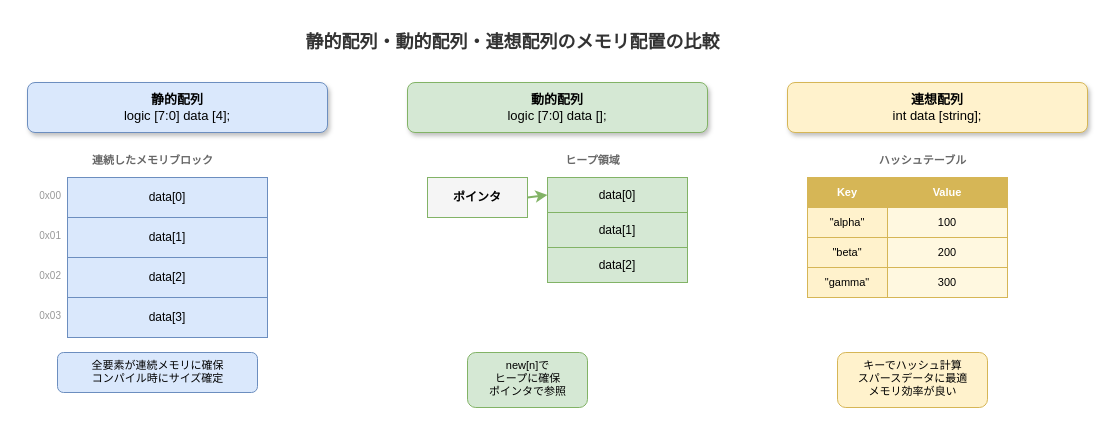
Above: images/systemverilog-guidebook/ch04_array_memory_layout.drawio in aquaxis/webdoc (draw.io), before the change. Source tidied: cells renumbered, new cells numbered last; positions are measured from the earlier drawing's top-left corner, leaving out a move shared by most shapes. Both pictures are drawn from the tidied source at 100%, with x=0, y=0 at pixel (17, 22).
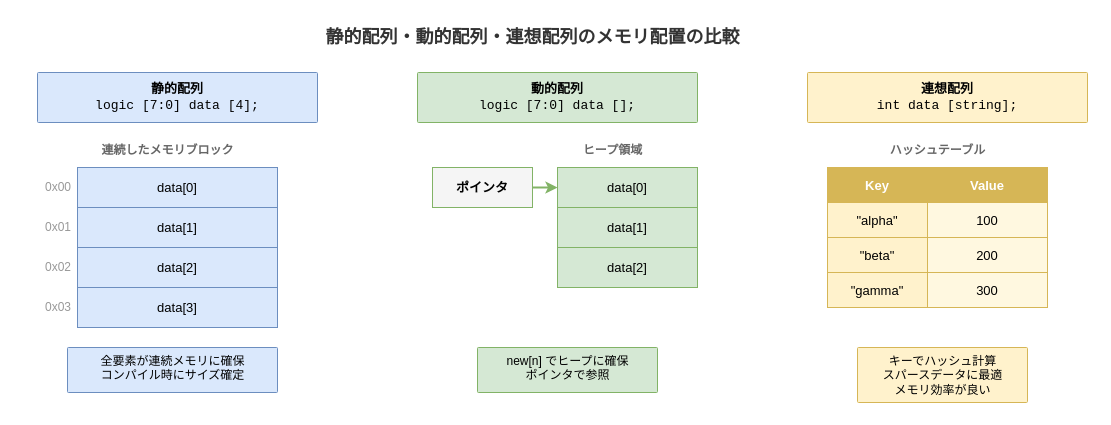
Above is the later version.

Diff of the diagram source:
```diff
@@
-    <mxCell id="2" value="静的配列・動的配列・連想配列のメモリ配置の比較" style="text;html=1;align=center;verticalAlign=middle;strokeColor=none;fillColor=none;fontSize=18;fontStyle=1;fontColor=#333333;" parent="1" vertex="1">
-      <mxGeometry x="220" width="550" height="40" as="geometry" />
+    <mxCell id="2" value="&lt;b&gt;静的配列・動的配列・連想配列のメモリ配置の比較&lt;/b&gt;" style="text;html=1;align=center;verticalAlign=middle;strokeColor=none;fillColor=none;fontSize=18;fontColor=#333333;" parent="1" vertex="1">
+      <mxGeometry x="250" y="-5" width="530" height="40" as="geometry" />
     </mxCell>
-    <mxCell id="3" value="&lt;b&gt;静的配列&lt;/b&gt;&lt;br&gt;logic [7:0] data [4];" style="rounded=1;whiteSpace=wrap;html=1;fillColor=#dae8fc;strokeColor=#6c8ebf;fontSize=13;shadow=1;" parent="1" vertex="1">
-      <mxGeometry x="10" y="60" width="300" height="50" as="geometry" />
+    <mxCell id="3" value="&lt;b&gt;静的配列&lt;/b&gt;&lt;br&gt;&lt;font face=&quot;monospace&quot;&gt;logic [7:0] data [4];&lt;/font&gt;" style="rounded=1;arcSize=2;whiteSpace=wrap;html=1;fillColor=#dae8fc;strokeColor=#6c8ebf;fontSize=13;" parent="1" vertex="1">
+      <mxGeometry x="20" y="50" width="280" height="50" as="geometry" />
     </mxCell>
-    <mxCell id="4" value="&lt;b&gt;連続したメモリブロック&lt;/b&gt;" style="text;html=1;align=center;verticalAlign=middle;strokeColor=none;fillColor=none;fontSize=11;fontColor=#666666;fontStyle=0;" parent="1" vertex="1">
-      <mxGeometry x="50" y="125" width="170" height="25" as="geometry" />
+    <mxCell id="4" value="&lt;b&gt;連続したメモリブロック&lt;/b&gt;" style="text;html=1;align=center;verticalAlign=middle;strokeColor=none;fillColor=none;fontSize=12;fontColor=#666666;" parent="1" vertex="1">
+      <mxGeometry x="60" y="115" width="180" height="25" as="geometry" />
     </mxCell>
-    <mxCell id="5" value="data[0]" style="rounded=0;whiteSpace=wrap;html=1;fillColor=#dae8fc;strokeColor=#6c8ebf;fontSize=12;" parent="1" vertex="1">
-      <mxGeometry x="50" y="155" width="200" height="40" as="geometry" />
+    <mxCell id="5" value="data[0]" style="rounded=0;whiteSpace=wrap;html=1;fillColor=#dae8fc;strokeColor=#6c8ebf;fontSize=13;" parent="1" vertex="1">
+      <mxGeometry x="60" y="145" width="200" height="40" as="geometry" />
     </mxCell>
-    <mxCell id="6" value="data[1]" style="rounded=0;whiteSpace=wrap;html=1;fillColor=#dae8fc;strokeColor=#6c8ebf;fontSize=12;" parent="1" vertex="1">
-      <mxGeometry x="50" y="195" width="200" height="40" as="geometry" />
+    <mxCell id="6" value="data[1]" style="rounded=0;whiteSpace=wrap;html=1;fillColor=#dae8fc;strokeColor=#6c8ebf;fontSize=13;" parent="1" vertex="1">
+      <mxGeometry x="60" y="185" width="200" height="40" as="geometry" />
     </mxCell>
-    <mxCell id="7" value="data[2]" style="rounded=0;whiteSpace=wrap;html=1;fillColor=#dae8fc;strokeColor=#6c8ebf;fontSize=12;" parent="1" vertex="1">
-      <mxGeometry x="50" y="235" width="200" height="40" as="geometry" />
+    <mxCell id="7" value="data[2]" style="rounded=0;whiteSpace=wrap;html=1;fillColor=#dae8fc;strokeColor=#6c8ebf;fontSize=13;" parent="1" vertex="1">
+      <mxGeometry x="60" y="225" width="200" height="40" as="geometry" />
     </mxCell>
-    <mxCell id="8" value="data[3]" style="rounded=0;whiteSpace=wrap;html=1;fillColor=#dae8fc;strokeColor=#6c8ebf;fontSize=12;" parent="1" vertex="1">
-      <mxGeometry x="50" y="275" width="200" height="40" as="geometry" />
+    <mxCell id="8" value="data[3]" style="rounded=0;whiteSpace=wrap;html=1;fillColor=#dae8fc;strokeColor=#6c8ebf;fontSize=13;" parent="1" vertex="1">
+      <mxGeometry x="60" y="265" width="200" height="40" as="geometry" />
     </mxCell>
-    <mxCell id="9" value="0x00" style="text;html=1;align=right;verticalAlign=middle;strokeColor=none;fillColor=none;fontSize=10;fontColor=#999999;" parent="1" vertex="1">
-      <mxGeometry y="160" width="45" height="25" as="geometry" />
+    <mxCell id="9" value="0x00" style="text;html=1;align=right;verticalAlign=middle;strokeColor=none;fillColor=none;fontSize=12;fontColor=#999999;" parent="1" vertex="1">
+      <mxGeometry x="10" y="152" width="45" height="25" as="geometry" />
     </mxCell>
-    <mxCell id="10" value="0x01" style="text;html=1;align=right;verticalAlign=middle;strokeColor=none;fillColor=none;fontSize=10;fontColor=#999999;" parent="1" vertex="1">
-      <mxGeometry y="200" width="45" height="25" as="geometry" />
+    <mxCell id="10" value="0x01" style="text;html=1;align=right;verticalAlign=middle;strokeColor=none;fillColor=none;fontSize=12;fontColor=#999999;" parent="1" vertex="1">
+      <mxGeometry x="10" y="192" width="45" height="25" as="geometry" />
     </mxCell>
-    <mxCell id="11" value="0x02" style="text;html=1;align=right;verticalAlign=middle;strokeColor=none;fillColor=none;fontSize=10;fontColor=#999999;" parent="1" vertex="1">
-      <mxGeometry y="240" width="45" height="25" as="geometry" />
+    <mxCell id="11" value="0x02" style="text;html=1;align=right;verticalAlign=middle;strokeColor=none;fillColor=none;fontSize=12;fontColor=#999999;" parent="1" vertex="1">
+      <mxGeometry x="10" y="232" width="45" height="25" as="geometry" />
     </mxCell>
-    <mxCell id="12" value="0x03" style="text;html=1;align=right;verticalAlign=middle;strokeColor=none;fillColor=none;fontSize=10;fontColor=#999999;" parent="1" vertex="1">
-      <mxGeometry y="280" width="45" height="25" as="geometry" />
+    <mxCell id="12" value="0x03" style="text;html=1;align=right;verticalAlign=middle;strokeColor=none;fillColor=none;fontSize=12;fontColor=#999999;" parent="1" vertex="1">
+      <mxGeometry x="10" y="272" width="45" height="25" as="geometry" />
     </mxCell>
-    <mxCell id="13" value="全要素が連続メモリに確保&lt;br&gt;コンパイル時にサイズ確定" style="text;html=1;align=center;verticalAlign=top;strokeColor=#6c8ebf;fillColor=#dae8fc;fontSize=11;rounded=1;" parent="1" vertex="1">
-      <mxGeometry x="40" y="330" width="200" height="40" as="geometry" />
+    <mxCell id="13" value="全要素が連続メモリに確保&lt;br&gt;コンパイル時にサイズ確定" style="text;html=1;align=center;verticalAlign=top;strokeColor=#6c8ebf;fillColor=#dae8fc;fontSize=12;rounded=1;arcSize=2;" parent="1" vertex="1">
+      <mxGeometry x="50" y="325" width="210" height="45" as="geometry" />
     </mxCell>
-    <mxCell id="14" value="&lt;b&gt;動的配列&lt;/b&gt;&lt;br&gt;logic [7:0] data [];" style="rounded=1;whiteSpace=wrap;html=1;fillColor=#d5e8d4;strokeColor=#82b366;fontSize=13;shadow=1;" parent="1" vertex="1">
-      <mxGeometry x="390" y="60" width="300" height="50" as="geometry" />
+    <mxCell id="14" value="&lt;b&gt;動的配列&lt;/b&gt;&lt;br&gt;&lt;font face=&quot;monospace&quot;&gt;logic [7:0] data [];&lt;/font&gt;" style="rounded=1;arcSize=2;whiteSpace=wrap;html=1;fillColor=#d5e8d4;strokeColor=#82b366;fontSize=13;" parent="1" vertex="1">
+      <mxGeometry x="400" y="50" width="280" height="50" as="geometry" />
     </mxCell>
-    <mxCell id="15" value="&lt;b&gt;ポインタ&lt;/b&gt;" style="rounded=0;whiteSpace=wrap;html=1;fillColor=#f5f5f5;strokeColor=#82b366;fontSize=12;fontStyle=1;" parent="1" vertex="1">
-      <mxGeometry x="410" y="155" width="100" height="40" as="geometry" />
+    <mxCell id="15" value="&lt;b&gt;ポインタ&lt;/b&gt;" style="rounded=0;whiteSpace=wrap;html=1;fillColor=#f5f5f5;strokeColor=#82b366;fontSize=13;fontStyle=1;" parent="1" vertex="1">
+      <mxGeometry x="415" y="145" width="100" height="40" as="geometry" />
     </mxCell>
-    <mxCell id="16" value="&lt;b&gt;ヒープ領域&lt;/b&gt;" style="text;html=1;align=center;verticalAlign=middle;strokeColor=none;fillColor=none;fontSize=11;fontColor=#666666;" parent="1" vertex="1">
-      <mxGeometry x="530" y="125" width="90" height="25" as="geometry" />
+    <mxCell id="16" value="&lt;b&gt;ヒープ領域&lt;/b&gt;" style="text;html=1;align=center;verticalAlign=middle;strokeColor=none;fillColor=none;fontSize=12;fontColor=#666666;" parent="1" vertex="1">
+      <mxGeometry x="545" y="115" width="100" height="25" as="geometry" />
     </mxCell>
-    <mxCell id="17" value="data[0]" style="rounded=0;whiteSpace=wrap;html=1;fillColor=#d5e8d4;strokeColor=#82b366;fontSize=12;" parent="1" vertex="1">
-      <mxGeometry x="530" y="155" width="140" height="35" as="geometry" />
+    <mxCell id="17" value="data[0]" style="rounded=0;whiteSpace=wrap;html=1;fillColor=#d5e8d4;strokeColor=#82b366;fontSize=13;" parent="1" vertex="1">
+      <mxGeometry x="540" y="145" width="140" height="40" as="geometry" />
     </mxCell>
-    <mxCell id="18" value="data[1]" style="rounded=0;whiteSpace=wrap;html=1;fillColor=#d5e8d4;strokeColor=#82b366;fontSize=12;" parent="1" vertex="1">
-      <mxGeometry x="530" y="190" width="140" height="35" as="geometry" />
+    <mxCell id="18" value="data[1]" style="rounded=0;whiteSpace=wrap;html=1;fillColor=#d5e8d4;strokeColor=#82b366;fontSize=13;" parent="1" vertex="1">
+      <mxGeometry x="540" y="185" width="140" height="40" as="geometry" />
     </mxCell>
-    <mxCell id="19" value="data[2]" style="rounded=0;whiteSpace=wrap;html=1;fillColor=#d5e8d4;strokeColor=#82b366;fontSize=12;" parent="1" vertex="1">
-      <mxGeometry x="530" y="225" width="140" height="35" as="geometry" />
+    <mxCell id="19" value="data[2]" style="rounded=0;whiteSpace=wrap;html=1;fillColor=#d5e8d4;strokeColor=#82b366;fontSize=13;" parent="1" vertex="1">
+      <mxGeometry x="540" y="225" width="140" height="40" as="geometry" />
     </mxCell>
@@
-    <mxCell id="21" value="new[n]で&lt;br&gt;ヒープに確保&lt;br&gt;ポインタで参照" style="text;html=1;align=center;verticalAlign=top;strokeColor=#82b366;fillColor=#d5e8d4;fontSize=11;rounded=1;" parent="1" vertex="1">
-      <mxGeometry x="450" y="330" width="120" height="55" as="geometry" />
+    <mxCell id="21" value="new[n] でヒープに確保&lt;br&gt;ポインタで参照" style="text;html=1;align=center;verticalAlign=top;strokeColor=#82b366;fillColor=#d5e8d4;fontSize=12;rounded=1;arcSize=2;" parent="1" vertex="1">
+      <mxGeometry x="460" y="325" width="180" height="45" as="geometry" />
     </mxCell>
-    <mxCell id="22" value="&lt;b&gt;連想配列&lt;/b&gt;&lt;br&gt;int data [string];" style="rounded=1;whiteSpace=wrap;html=1;fillColor=#fff2cc;strokeColor=#d6b656;fontSize=13;shadow=1;" parent="1" vertex="1">
-      <mxGeometry x="770" y="60" width="300" height="50" as="geometry" />
+    <mxCell id="22" value="&lt;b&gt;連想配列&lt;/b&gt;&lt;br&gt;&lt;font face=&quot;monospace&quot;&gt;int data [string];&lt;/font&gt;" style="rounded=1;arcSize=2;whiteSpace=wrap;html=1;fillColor=#fff2cc;strokeColor=#d6b656;fontSize=13;" parent="1" vertex="1">
+      <mxGeometry x="790" y="50" width="280" height="50" as="geometry" />
     </mxCell>
-    <mxCell id="23" value="&lt;b&gt;ハッシュテーブル&lt;/b&gt;" style="text;html=1;align=center;verticalAlign=middle;strokeColor=none;fillColor=none;fontSize=11;fontColor=#666666;" parent="1" vertex="1">
-      <mxGeometry x="840" y="125" width="130" height="25" as="geometry" />
+    <mxCell id="23" value="&lt;b&gt;ハッシュテーブル&lt;/b&gt;" style="text;html=1;align=center;verticalAlign=middle;strokeColor=none;fillColor=none;fontSize=12;fontColor=#666666;" parent="1" vertex="1">
+      <mxGeometry x="850" y="115" width="140" height="25" as="geometry" />
     </mxCell>
-    <mxCell id="24" value="&lt;b&gt;Key&lt;/b&gt;" style="rounded=0;whiteSpace=wrap;html=1;fillColor=#d6b656;strokeColor=#d6b656;fontSize=11;fontColor=#FFFFFF;" parent="1" vertex="1">
-      <mxGeometry x="790" y="155" width="80" height="30" as="geometry" />
+    <mxCell id="24" value="&lt;b&gt;Key&lt;/b&gt;" style="rounded=0;whiteSpace=wrap;html=1;fillColor=#d6b656;strokeColor=#d6b656;fontSize=13;fontColor=#FFFFFF;" parent="1" vertex="1">
+      <mxGeometry x="810" y="145" width="100" height="35" as="geometry" />
     </mxCell>
-    <mxCell id="25" value="&lt;b&gt;Value&lt;/b&gt;" style="rounded=0;whiteSpace=wrap;html=1;fillColor=#d6b656;strokeColor=#d6b656;fontSize=11;fontColor=#FFFFFF;" parent="1" vertex="1">
-      <mxGeometry x="870" y="155" width="120" height="30" as="geometry" />
+    <mxCell id="25" value="&lt;b&gt;Value&lt;/b&gt;" style="rounded=0;whiteSpace=wrap;html=1;fillColor=#d6b656;strokeColor=#d6b656;fontSize=13;fontColor=#FFFFFF;" parent="1" vertex="1">
+      <mxGeometry x="910" y="145" width="120" height="35" as="geometry" />
     </mxCell>
-    <mxCell id="26" value="&quot;alpha&quot;" style="rounded=0;whiteSpace=wrap;html=1;fillColor=#fff2cc;strokeColor=#d6b656;fontSize=11;" parent="1" vertex="1">
-      <mxGeometry x="790" y="185" width="80" height="30" as="geometry" />
+    <mxCell id="26" value="&amp;quot;alpha&amp;quot;" style="rounded=0;whiteSpace=wrap;html=1;fillColor=#fff2cc;strokeColor=#d6b656;fontSize=13;" parent="1" vertex="1">
+      <mxGeometry x="810" y="180" width="100" height="35" as="geometry" />
     </mxCell>
-    <mxCell id="27" value="100" style="rounded=0;whiteSpace=wrap;html=1;fillColor=#FFF8E0;strokeColor=#d6b656;fontSize=11;" parent="1" vertex="1">
-      <mxGeometry x="870" y="185" width="120" height="30" as="geometry" />
+    <mxCell id="27" value="100" style="rounded=0;whiteSpace=wrap;html=1;fillColor=#FFF8E0;strokeColor=#d6b656;fontSize=13;" parent="1" vertex="1">
+      <mxGeometry x="910" y="180" width="120" height="35" as="geometry" />
     </mxCell>
-    <mxCell id="28" value="&quot;beta&quot;" style="rounded=0;whiteSpace=wrap;html=1;fillColor=#fff2cc;strokeColor=#d6b656;fontSize=11;" parent="1" vertex="1">
-      <mxGeometry x="790" y="215" width="80" height="30" as="geometry" />
+    <mxCell id="28" value="&amp;quot;beta&amp;quot;" style="rounded=0;whiteSpace=wrap;html=1;fillColor=#fff2cc;strokeColor=#d6b656;fontSize=13;" parent="1" vertex="1">
+      <mxGeometry x="810" y="215" width="100" height="35" as="geometry" />
     </mxCell>
-    <mxCell id="29" value="200" style="rounded=0;whiteSpace=wrap;html=1;fillColor=#FFF8E0;strokeColor=#d6b656;fontSize=11;" parent="1" vertex="1">
-      <mxGeometry x="870" y="215" width="120" height="30" as="geometry" />
+    <mxCell id="29" value="200" style="rounded=0;whiteSpace=wrap;html=1;fillColor=#FFF8E0;strokeColor=#d6b656;fontSize=13;" parent="1" vertex="1">
+      <mxGeometry x="910" y="215" width="120" height="35" as="geometry" />
     </mxCell>
-    <mxCell id="30" value="&quot;gamma&quot;" style="rounded=0;whiteSpace=wrap;html=1;fillColor=#fff2cc;strokeColor=#d6b656;fontSize=11;" parent="1" vertex="1">
-      <mxGeometry x="790" y="245" width="80" height="30" as="geometry" />
+    <mxCell id="30" value="&amp;quot;gamma&amp;quot;" style="rounded=0;whiteSpace=wrap;html=1;fillColor=#fff2cc;strokeColor=#d6b656;fontSize=13;" parent="1" vertex="1">
+      <mxGeometry x="810" y="250" width="100" height="35" as="geometry" />
     </mxCell>
-    <mxCell id="31" value="300" style="rounded=0;whiteSpace=wrap;html=1;fillColor=#FFF8E0;strokeColor=#d6b656;fontSize=11;" parent="1" vertex="1">
-      <mxGeometry x="870" y="245" width="120" height="30" as="geometry" />
+    <mxCell id="31" value="300" style="rounded=0;whiteSpace=wrap;html=1;fillColor=#FFF8E0;strokeColor=#d6b656;fontSize=13;" parent="1" vertex="1">
+      <mxGeometry x="910" y="250" width="120" height="35" as="geometry" />
     </mxCell>
-    <mxCell id="32" value="キーでハッシュ計算&lt;br&gt;スパースデータに最適&lt;br&gt;メモリ効率が良い" style="text;html=1;align=center;verticalAlign=top;strokeColor=#d6b656;fillColor=#fff2cc;fontSize=11;rounded=1;" parent="1" vertex="1">
-      <mxGeometry x="820" y="330" width="150" height="55" as="geometry" />
+    <mxCell id="32" value="キーでハッシュ計算&lt;br&gt;スパースデータに最適&lt;br&gt;メモリ効率が良い" style="text;html=1;align=center;verticalAlign=top;strokeColor=#d6b656;fillColor=#fff2cc;fontSize=12;rounded=1;arcSize=2;" parent="1" vertex="1">
+      <mxGeometry x="840" y="325" width="170" height="55" as="geometry" />
     </mxCell>
```
